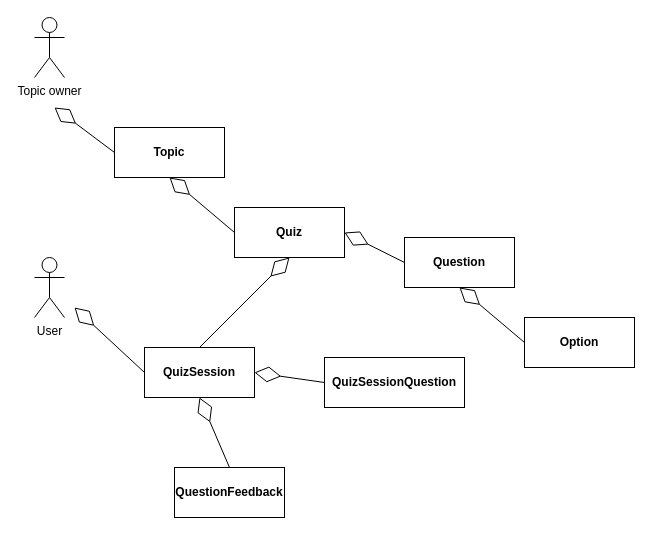
Before: lab3diags/domain.drawio in piatrashkakanstantinass/psi2, a draw.io diagram. Source tidied: cells renumbered, new cells numbered last; positions are measured from the earlier drawing's top-left corner, leaving out a move shared by most shapes. Both pictures are drawn from the tidied source at 100%, with x=0, y=0 at pixel (34, 17).
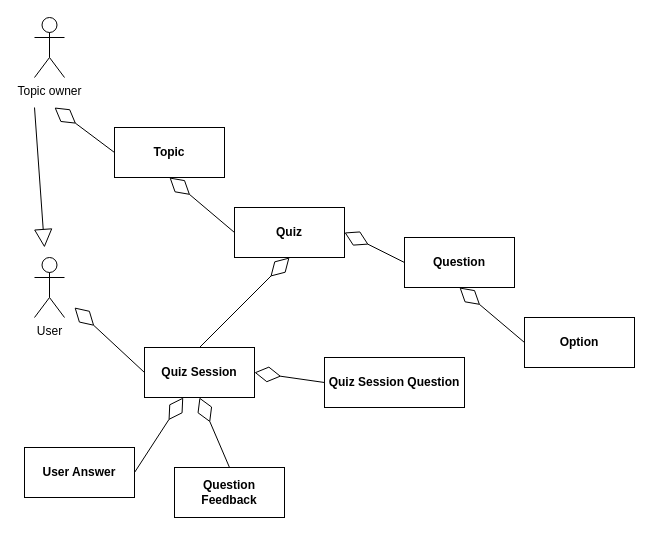
The same page after the edit.

Commit message (it also covers changes not shown here):
feat: domain model section

Change to the diagram source:
```diff
@@
-    <mxCell id="5" value="&lt;b&gt;QuestionFeedback&lt;/b&gt;" style="html=1;whiteSpace=wrap;" parent="1" vertex="1">
+    <mxCell id="5" value="&lt;b&gt;Question Feedback&lt;/b&gt;" style="html=1;whiteSpace=wrap;" parent="1" vertex="1">
       <mxGeometry x="140" y="450" width="110" height="50" as="geometry" />
     </mxCell>
@@
-    <mxCell id="11" value="&lt;b&gt;QuizSession&lt;/b&gt;" style="html=1;whiteSpace=wrap;" parent="1" vertex="1">
+    <mxCell id="11" value="&lt;b&gt;Quiz Session&lt;/b&gt;" style="html=1;whiteSpace=wrap;" parent="1" vertex="1">
       <mxGeometry x="110" y="330" width="110" height="50" as="geometry" />
     </mxCell>
@@
-    <mxCell id="17" value="&lt;b&gt;QuizSessionQuestion&lt;/b&gt;" style="html=1;whiteSpace=wrap;" parent="1" vertex="1">
+    <mxCell id="17" value="&lt;b&gt;Quiz Session Question&lt;/b&gt;" style="html=1;whiteSpace=wrap;" parent="1" vertex="1">
       <mxGeometry x="290" y="340" width="140" height="50" as="geometry" />
     </mxCell>
@@
+    <mxCell id="19" style="endArrow=block;endSize=16;endFill=0;html=1;" parent="1" edge="1">
+      <mxGeometry relative="1" as="geometry">
+        <mxPoint y="90" as="sourcePoint" />
+        <mxPoint x="10" y="230" as="targetPoint" />
+      </mxGeometry>
+    </mxCell>
+    <mxCell id="20" value="&lt;b&gt;User Answer&lt;/b&gt;" style="html=1;whiteSpace=wrap;" parent="1" vertex="1">
+      <mxGeometry x="-10" y="430" width="110" height="50" as="geometry" />
+    </mxCell>
+    <mxCell id="21" style="endArrow=diamondThin;endFill=0;endSize=24;html=1;rounded=0;exitX=1;exitY=0.5;exitDx=0;exitDy=0;" parent="1" edge="1" source="20" target="11">
+      <mxGeometry relative="1" as="geometry" />
+    </mxCell>
```
